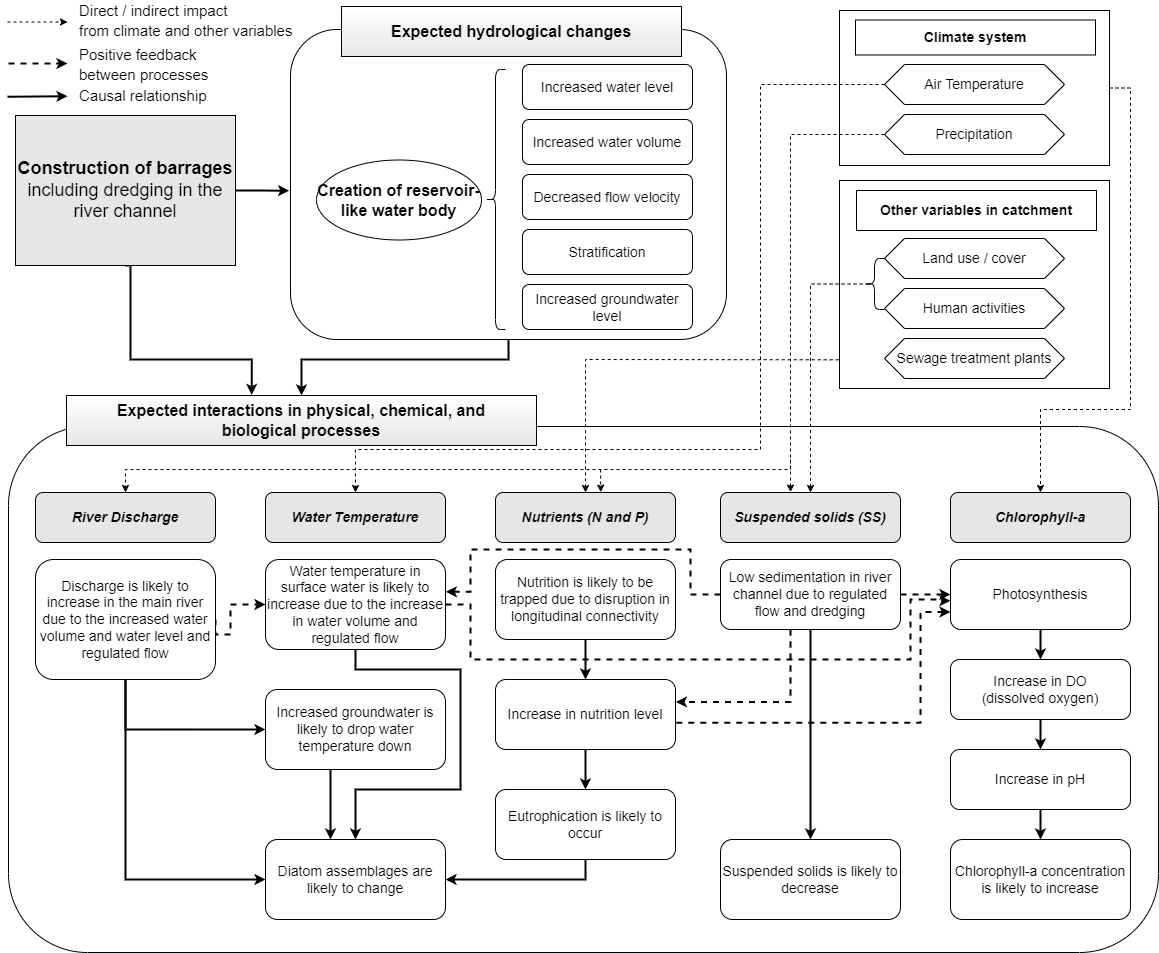
muyeoljung/PhD_Studyarea keeps this draw.io diagram as Chapter 2 Expected changes.png. Above is the earlier version. Source tidied: cells renumbered, new cells last; positions are measured from the earlier drawing's top-left corner, leaving out a move shared by most shapes.
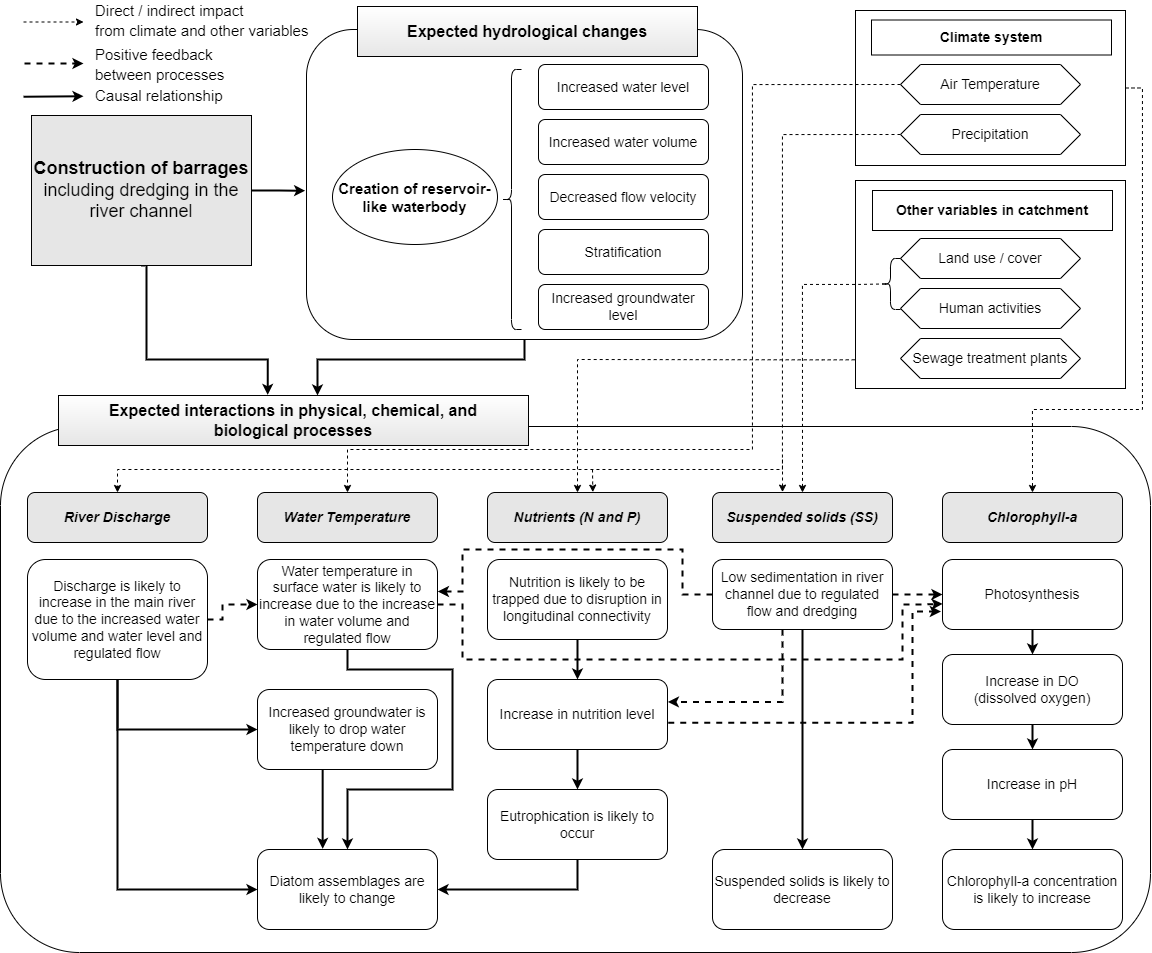
After the commit.

Change to the diagram source:
```diff
@@ -5,3 +5,3 @@
     <mxCell id="2" style="rounded=1;whiteSpace=wrap;html=1;fontSize=14;fillColor=none;" parent="1" vertex="1">
-      <mxGeometry x="1" y="426" width="1150" height="526" as="geometry" />
+      <mxGeometry x="-23" y="426" width="1150" height="526" as="geometry" />
     </mxCell>
@@ -10,4 +10,5 @@
     </mxCell>
-    <mxCell id="4" style="edgeStyle=orthogonalEdgeStyle;rounded=0;jettySize=auto;html=1;exitX=0.5;exitY=1;exitDx=0;exitDy=0;fontSize=16;startArrow=none;startFill=0;endArrow=classic;endFill=1;startSize=5;endSize=5;strokeWidth=2;entryX=0.5;entryY=0;entryDx=0;entryDy=0;" parent="1" edge="1" source="5" target="42">
+    <mxCell id="4" style="edgeStyle=orthogonalEdgeStyle;rounded=0;jettySize=auto;html=1;exitX=0.5;exitY=1;exitDx=0;exitDy=0;fontSize=16;startArrow=none;startFill=0;endArrow=classic;endFill=1;startSize=5;endSize=5;strokeWidth=2;entryX=0.5;entryY=0;entryDx=0;entryDy=0;" parent="1" edge="1" source="5">
       <mxGeometry relative="1" as="geometry">
+        <mxPoint x="294" y="395" as="targetPoint" />
         <Array as="points">
@@ -21,4 +22,5 @@
     </mxCell>
-    <mxCell id="6" style="edgeStyle=orthogonalEdgeStyle;rounded=0;jettySize=auto;html=1;exitX=0.5;exitY=1;exitDx=0;exitDy=0;fontSize=15;startArrow=none;startFill=0;endArrow=classic;endFill=1;startSize=5;endSize=5;strokeWidth=2;entryX=0.394;entryY=-0.012;entryDx=0;entryDy=0;entryPerimeter=0;" parent="1" edge="1" source="8" target="42">
+    <mxCell id="6" style="edgeStyle=orthogonalEdgeStyle;rounded=0;jettySize=auto;html=1;exitX=0.5;exitY=1;exitDx=0;exitDy=0;fontSize=15;startArrow=none;startFill=0;endArrow=classic;endFill=1;startSize=5;endSize=5;strokeWidth=2;entryX=0.394;entryY=-0.012;entryDx=0;entryDy=0;entryPerimeter=0;" parent="1" edge="1" source="8">
       <mxGeometry relative="1" as="geometry">
+        <mxPoint x="244.2" y="394.4" as="targetPoint" />
         <Array as="points">
@@ -45,6 +47,6 @@
     <mxCell id="12" value="Photosynthesis" style="rounded=1;whiteSpace=wrap;html=1;fontSize=14;" parent="1" vertex="1">
-      <mxGeometry x="943" y="559" width="180" height="70" as="geometry" />
+      <mxGeometry x="919" y="559" width="180" height="70" as="geometry" />
     </mxCell>
     <mxCell id="13" value="&lt;b&gt;&lt;i&gt;Water Temperature&lt;/i&gt;&lt;/b&gt;" style="rounded=1;whiteSpace=wrap;html=1;fontSize=14;fillColor=#E6E6E6;" parent="1" vertex="1">
-      <mxGeometry x="258" y="492" width="180" height="50" as="geometry" />
+      <mxGeometry x="234" y="492" width="180" height="50" as="geometry" />
     </mxCell>
@@ -54,3 +56,3 @@
     <mxCell id="15" value="Increase in DO&lt;br&gt;(dissolved oxygen)" style="rounded=1;whiteSpace=wrap;html=1;fontSize=14;" parent="1" vertex="1">
-      <mxGeometry x="943" y="659" width="180" height="60" as="geometry" />
+      <mxGeometry x="919" y="654" width="180" height="70" as="geometry" />
     </mxCell>
@@ -60,12 +62,12 @@
     <mxCell id="17" value="Increase in pH" style="rounded=1;whiteSpace=wrap;html=1;fontSize=14;" parent="1" vertex="1">
-      <mxGeometry x="943" y="749" width="180" height="60" as="geometry" />
+      <mxGeometry x="919" y="749" width="180" height="70" as="geometry" />
     </mxCell>
     <mxCell id="18" value="&lt;b&gt;&lt;i&gt;Nutrients (N and P)&lt;/i&gt;&lt;/b&gt;" style="rounded=1;whiteSpace=wrap;html=1;fontSize=14;fillColor=#E6E6E6;" parent="1" vertex="1">
-      <mxGeometry x="488" y="492" width="180" height="50" as="geometry" />
+      <mxGeometry x="464" y="492" width="180" height="50" as="geometry" />
     </mxCell>
     <mxCell id="19" value="&lt;b&gt;&lt;i&gt;Chlorophyll-a&lt;/i&gt;&lt;/b&gt;" style="rounded=1;whiteSpace=wrap;html=1;fontSize=14;fillColor=#E6E6E6;" parent="1" vertex="1">
-      <mxGeometry x="943" y="492" width="180" height="50" as="geometry" />
+      <mxGeometry x="919" y="492" width="180" height="50" as="geometry" />
     </mxCell>
     <mxCell id="20" value="&lt;b&gt;&lt;i&gt;River Discharge&lt;/i&gt;&lt;/b&gt;" style="rounded=1;whiteSpace=wrap;html=1;fontSize=14;fillColor=#E6E6E6;" parent="1" vertex="1">
-      <mxGeometry x="28" y="492" width="180" height="50" as="geometry" />
+      <mxGeometry x="4" y="492" width="180" height="50" as="geometry" />
     </mxCell>
@@ -74,5 +76,5 @@
         <Array as="points">
-          <mxPoint x="1123" y="87" />
-          <mxPoint x="1123" y="409" />
-          <mxPoint x="1033" y="409" />
+          <mxPoint x="1119" y="88" />
+          <mxPoint x="1119" y="409" />
+          <mxPoint x="1009" y="409" />
         </Array>
@@ -90,3 +92,3 @@
     <mxCell id="25" value="Chlorophyll-a concentration is likely to increase" style="rounded=1;whiteSpace=wrap;html=1;fontSize=14;" parent="1" vertex="1">
-      <mxGeometry x="943" y="839" width="180" height="80" as="geometry" />
+      <mxGeometry x="919" y="849" width="180" height="80" as="geometry" />
     </mxCell>
@@ -98,5 +100,5 @@
         <Array as="points">
-          <mxPoint x="753" y="84" />
-          <mxPoint x="753" y="449" />
-          <mxPoint x="348" y="449" />
+          <mxPoint x="729" y="84" />
+          <mxPoint x="729" y="449" />
+          <mxPoint x="324" y="449" />
         </Array>
@@ -110,5 +112,5 @@
         <Array as="points">
-          <mxPoint x="783" y="134" />
-          <mxPoint x="783" y="469" />
-          <mxPoint x="118" y="469" />
+          <mxPoint x="759" y="134" />
+          <mxPoint x="759" y="469" />
+          <mxPoint x="94" y="469" />
         </Array>
@@ -122,4 +124,4 @@
     </mxCell>
-    <mxCell id="32" value="&lt;font style=&quot;font-size: 16px;&quot;&gt;Creation of reservoir-like water body&lt;/font&gt;" style="ellipse;whiteSpace=wrap;html=1;fontSize=14;fontStyle=1;" parent="1" vertex="1">
-      <mxGeometry x="309" y="159.5" width="165" height="80" as="geometry" />
+    <mxCell id="32" value="&lt;font style=&quot;font-size: 15px;&quot;&gt;Creation of reservoir-like waterbody&lt;/font&gt;" style="ellipse;whiteSpace=wrap;html=1;fontSize=14;fontStyle=1;" parent="1" vertex="1">
+      <mxGeometry x="309" y="149" width="165" height="95" as="geometry" />
     </mxCell>
@@ -131,4 +133,4 @@
         <Array as="points">
-          <mxPoint x="803" y="284" />
-          <mxPoint x="859" y="284" />
+          <mxPoint x="779" y="284" />
+          <mxPoint x="835" y="284" />
         </Array>
@@ -137,6 +139,6 @@
     <mxCell id="35" value="&lt;b&gt;&lt;i&gt;Suspended solids (SS)&lt;/i&gt;&lt;/b&gt;" style="rounded=1;whiteSpace=wrap;html=1;fontSize=14;fillColor=#E6E6E6;" parent="1" vertex="1">
-      <mxGeometry x="713" y="492" width="180" height="50" as="geometry" />
+      <mxGeometry x="689" y="492" width="180" height="50" as="geometry" />
     </mxCell>
     <mxCell id="36" value="Suspended solids is likely to decrease" style="rounded=1;whiteSpace=wrap;html=1;fontSize=14;" parent="1" vertex="1">
-      <mxGeometry x="713" y="839" width="180" height="80" as="geometry" />
+      <mxGeometry x="689" y="849" width="180" height="80" as="geometry" />
     </mxCell>
@@ -154,4 +156,4 @@
         <Array as="points">
-          <mxPoint x="823" y="359" />
-          <mxPoint x="578" y="359" />
+          <mxPoint x="799" y="359" />
+          <mxPoint x="554" y="359" />
         </Array>
@@ -163,3 +165,3 @@
     <mxCell id="42" value="&lt;b&gt;&lt;font style=&quot;font-size: 16px;&quot;&gt;Expected interactions in physical, chemical, and biological&amp;nbsp;&lt;/font&gt;&lt;/b&gt;&lt;b&gt;&lt;font style=&quot;font-size: 16px;&quot;&gt;processes&lt;/font&gt;&lt;/b&gt;" style="rounded=0;whiteSpace=wrap;html=1;fontSize=14;gradientColor=#ffffff;fillColor=#E6E6E6;gradientDirection=north;" parent="1" vertex="1">
-      <mxGeometry x="59" y="395" width="470" height="50" as="geometry" />
+      <mxGeometry x="35" y="395" width="470" height="50" as="geometry" />
     </mxCell>
@@ -171,4 +173,4 @@
         <Array as="points">
-          <mxPoint x="223" y="634" />
-          <mxPoint x="223" y="604" />
+          <mxPoint x="199" y="619" />
+          <mxPoint x="199" y="604" />
         </Array>
@@ -177,13 +179,12 @@
     <mxCell id="45" value="Discharge is likely to increase in the main river due to the increased water volume and water level and regulated flow" style="rounded=1;whiteSpace=wrap;html=1;fontSize=14;" parent="1" vertex="1">
-      <mxGeometry x="28" y="559" width="180" height="120" as="geometry" />
+      <mxGeometry x="4" y="559" width="180" height="120" as="geometry" />
     </mxCell>
-    <mxCell id="46" style="edgeStyle=orthogonalEdgeStyle;rounded=0;jettySize=auto;html=1;exitX=1;exitY=0.5;exitDx=0;exitDy=0;fontSize=15;startArrow=none;startFill=0;endArrow=classic;endFill=1;startSize=5;endSize=5;strokeWidth=2;dashed=1;entryX=0;entryY=0.59;entryDx=0;entryDy=0;entryPerimeter=0;" parent="1" edge="1" source="48" target="12">
+    <mxCell id="46" style="edgeStyle=orthogonalEdgeStyle;rounded=0;jettySize=auto;html=1;exitX=1;exitY=0.5;exitDx=0;exitDy=0;fontSize=15;startArrow=none;startFill=0;endArrow=classic;endFill=1;startSize=5;endSize=5;strokeWidth=2;dashed=1;entryX=0.001;entryY=0.634;entryDx=0;entryDy=0;entryPerimeter=0;" parent="1" edge="1" source="48" target="12">
       <mxGeometry relative="1" as="geometry">
         <Array as="points">
-          <mxPoint x="463" y="604" />
-          <mxPoint x="463" y="659" />
-          <mxPoint x="903" y="659" />
-          <mxPoint x="903" y="599" />
-          <mxPoint x="933" y="599" />
-          <mxPoint x="933" y="600" />
+          <mxPoint x="439" y="604" />
+          <mxPoint x="439" y="659" />
+          <mxPoint x="879" y="659" />
+          <mxPoint x="879" y="604" />
+          <mxPoint x="899" y="604" />
         </Array>
@@ -194,6 +195,6 @@
         <Array as="points">
-          <mxPoint x="348" y="669" />
-          <mxPoint x="453" y="669" />
-          <mxPoint x="453" y="789" />
-          <mxPoint x="348" y="789" />
+          <mxPoint x="324" y="669" />
+          <mxPoint x="429" y="669" />
+          <mxPoint x="429" y="789" />
+          <mxPoint x="324" y="789" />
         </Array>
@@ -202,3 +203,3 @@
     <mxCell id="48" value="Water temperature in surface water is likely to increase due to the increase in water volume and regulated flow" style="rounded=1;whiteSpace=wrap;html=1;fontSize=14;" parent="1" vertex="1">
-      <mxGeometry x="258" y="559" width="180" height="90" as="geometry" />
+      <mxGeometry x="234" y="559" width="180" height="90" as="geometry" />
     </mxCell>
@@ -217,3 +218,3 @@
     <mxCell id="51" value="Diatom assemblages are likely to change" style="rounded=1;whiteSpace=wrap;html=1;fontSize=14;" parent="1" vertex="1">
-      <mxGeometry x="258" y="839" width="180" height="80" as="geometry" />
+      <mxGeometry x="234" y="849" width="180" height="80" as="geometry" />
     </mxCell>
@@ -231,4 +232,4 @@
         <Array as="points">
-          <mxPoint x="783" y="629" />
-          <mxPoint x="783" y="700" />
+          <mxPoint x="759" y="629" />
+          <mxPoint x="759" y="700" />
         </Array>
@@ -245,7 +246,7 @@
         <Array as="points">
-          <mxPoint x="683" y="594" />
-          <mxPoint x="683" y="549" />
-          <mxPoint x="463" y="549" />
-          <mxPoint x="463" y="591" />
-          <mxPoint x="438" y="591" />
+          <mxPoint x="659" y="594" />
+          <mxPoint x="659" y="549" />
+          <mxPoint x="439" y="549" />
+          <mxPoint x="439" y="591" />
+          <mxPoint x="414" y="591" />
         </Array>
@@ -254,3 +255,3 @@
     <mxCell id="59" value="Low sedimentation in river channel due to regulated flow and dredging" style="rounded=1;whiteSpace=wrap;html=1;fontSize=14;" parent="1" vertex="1">
-      <mxGeometry x="713" y="559" width="180" height="70" as="geometry" />
+      <mxGeometry x="689" y="559" width="180" height="70" as="geometry" />
     </mxCell>
@@ -260,3 +261,3 @@
     <mxCell id="61" value="Nutrition is likely to be trapped due to disruption in longitudinal connectivity" style="rounded=1;whiteSpace=wrap;html=1;fontSize=14;" parent="1" vertex="1">
-      <mxGeometry x="488" y="559" width="180" height="80" as="geometry" />
+      <mxGeometry x="464" y="559" width="180" height="80" as="geometry" />
     </mxCell>
@@ -265,7 +266,8 @@
     </mxCell>
-    <mxCell id="63" style="edgeStyle=orthogonalEdgeStyle;rounded=0;jettySize=auto;html=1;exitX=1.004;exitY=0.617;exitDx=0;exitDy=0;entryX=0;entryY=0.75;entryDx=0;entryDy=0;fontSize=15;startArrow=none;startFill=0;endArrow=classic;endFill=1;startSize=5;endSize=5;strokeWidth=2;dashed=1;exitPerimeter=0;" parent="1" edge="1" source="64" target="12">
+    <mxCell id="63" style="edgeStyle=orthogonalEdgeStyle;rounded=0;jettySize=auto;html=1;exitX=1.004;exitY=0.617;exitDx=0;exitDy=0;fontSize=15;startArrow=none;startFill=0;endArrow=classic;endFill=1;startSize=5;endSize=5;strokeWidth=2;dashed=1;exitPerimeter=0;entryX=-0.009;entryY=0.753;entryDx=0;entryDy=0;entryPerimeter=0;" parent="1" edge="1" source="64" target="12">
       <mxGeometry relative="1" as="geometry">
         <Array as="points">
-          <mxPoint x="913" y="723" />
-          <mxPoint x="913" y="611" />
+          <mxPoint x="889" y="722" />
+          <mxPoint x="889" y="611" />
+          <mxPoint x="917" y="611" />
         </Array>
@@ -274,3 +276,3 @@
     <mxCell id="64" value="Increase in nutrition level" style="rounded=1;whiteSpace=wrap;html=1;fontSize=14;" parent="1" vertex="1">
-      <mxGeometry x="488" y="679" width="180" height="70" as="geometry" />
+      <mxGeometry x="464" y="679" width="180" height="70" as="geometry" />
     </mxCell>
@@ -279,3 +281,3 @@
         <Array as="points">
-          <mxPoint x="578" y="879" />
+          <mxPoint x="554" y="889" />
         </Array>
@@ -284,3 +286,3 @@
     <mxCell id="66" value="Eutrophication is likely to occur" style="rounded=1;whiteSpace=wrap;html=1;fontSize=14;" parent="1" vertex="1">
-      <mxGeometry x="488" y="789" width="180" height="70" as="geometry" />
+      <mxGeometry x="464" y="789" width="180" height="70" as="geometry" />
     </mxCell>
@@ -297,3 +299,3 @@
       <mxGeometry relative="1" as="geometry">
-        <mxPoint x="783" y="459" as="sourcePoint" />
+        <mxPoint x="759" y="459" as="sourcePoint" />
       </mxGeometry>
@@ -302,3 +304,3 @@
       <mxGeometry relative="1" as="geometry">
-        <mxPoint x="593" y="469" as="sourcePoint" />
+        <mxPoint x="569" y="469" as="sourcePoint" />
       </mxGeometry>
@@ -311,12 +313,7 @@
     </mxCell>
-    <mxCell id="73" style="edgeStyle=orthogonalEdgeStyle;rounded=0;jettySize=auto;html=1;exitX=0.362;exitY=1;exitDx=0;exitDy=0;fontSize=15;startArrow=none;startFill=0;endArrow=classic;endFill=1;startSize=5;endSize=5;strokeWidth=2;exitPerimeter=0;" parent="1" edge="1" source="74">
-      <mxGeometry relative="1" as="geometry">
-        <mxPoint x="323" y="839" as="targetPoint" />
-        <Array as="points">
-          <mxPoint x="323" y="839" />
-        </Array>
-      </mxGeometry>
+    <mxCell id="73" style="edgeStyle=orthogonalEdgeStyle;rounded=0;jettySize=auto;html=1;exitX=0.362;exitY=1;exitDx=0;exitDy=0;fontSize=15;startArrow=none;startFill=0;endArrow=classic;endFill=1;startSize=5;endSize=5;strokeWidth=2;exitPerimeter=0;entryX=0.362;entryY=-0.008;entryDx=0;entryDy=0;entryPerimeter=0;" parent="1" edge="1" source="74" target="51">
+      <mxGeometry relative="1" as="geometry" />
     </mxCell>
     <mxCell id="74" value="Increased groundwater is likely to drop water temperature down" style="rounded=1;whiteSpace=wrap;html=1;fontSize=14;" parent="1" vertex="1">
-      <mxGeometry x="258" y="689" width="180" height="80" as="geometry" />
+      <mxGeometry x="234" y="689" width="180" height="80" as="geometry" />
     </mxCell>
```
